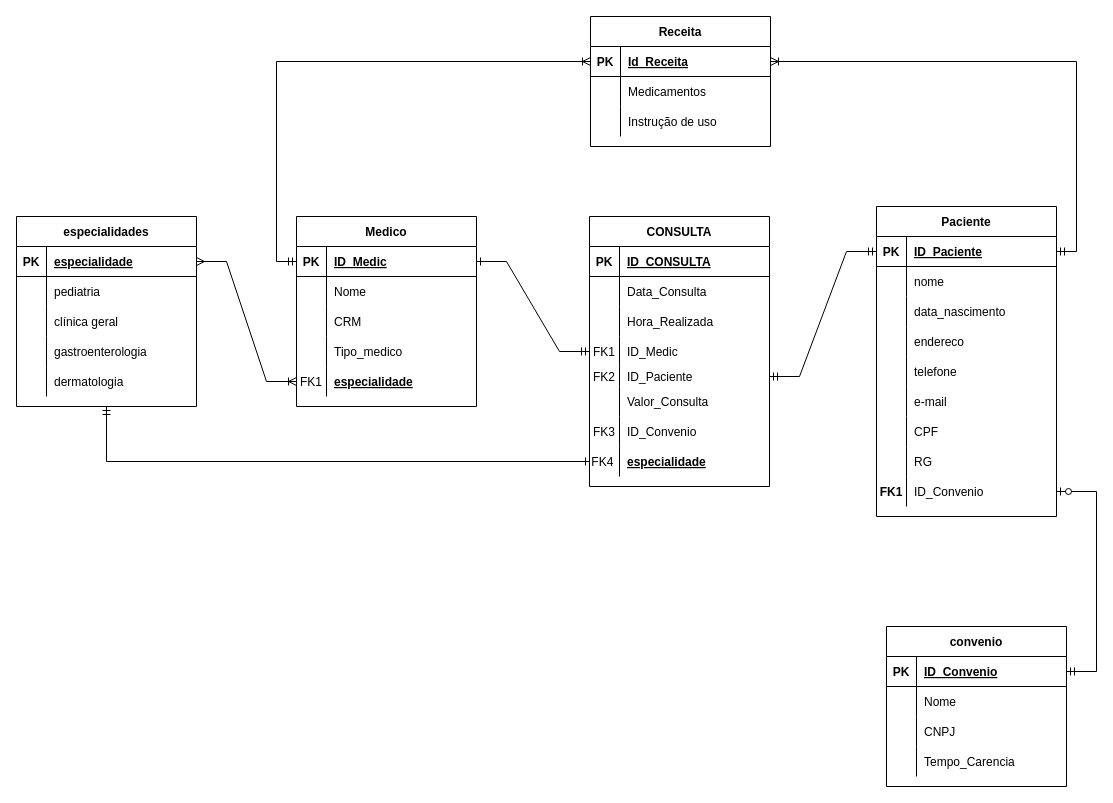
Earlier version of the draw.io diagram hospital diagram/Diagrama sem nome.drawio (MayconSubrim/HospitalDataBase). Source tidied: cells renumbered, new cells numbered last; positions are measured from the earlier drawing's top-left corner, leaving out a move shared by most shapes. Both pictures are drawn from the tidied source at 100%, with x=0, y=0 at pixel (16, 16).
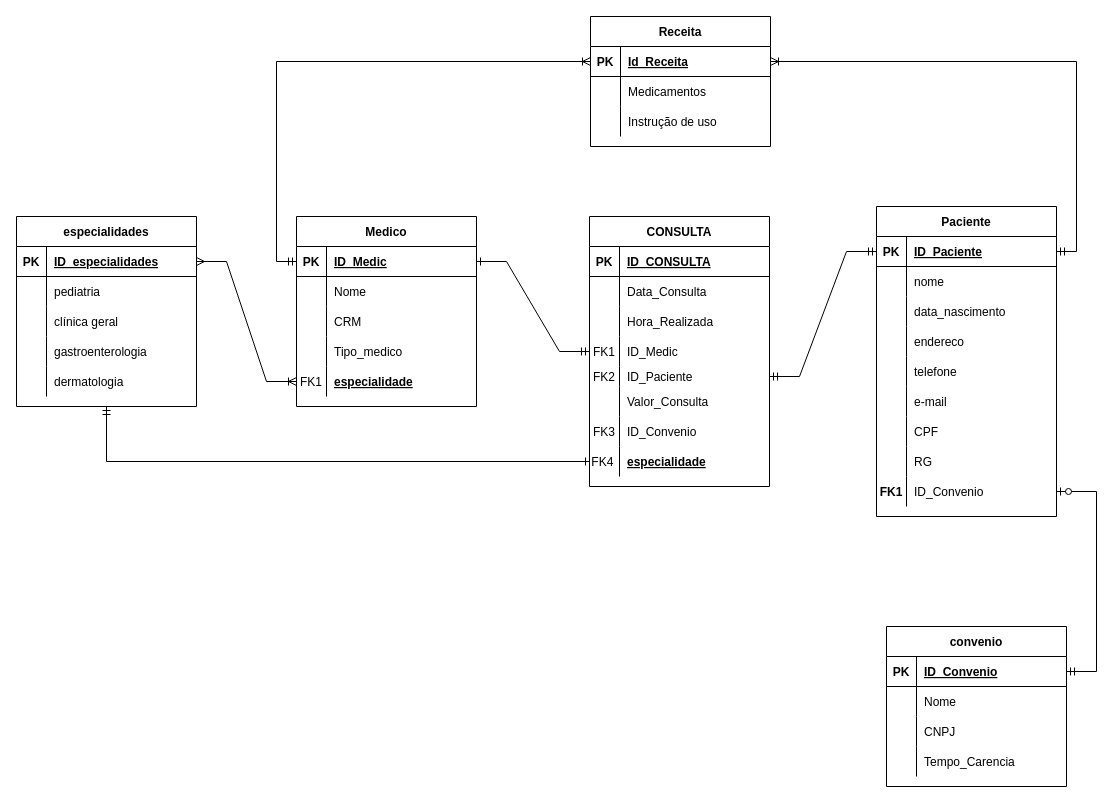
Above is the later version.

Unchanged cells that the change refers to:
```xml
<mxCell id="85" style="shape=tableRow;horizontal=0;startSize=0;swimlaneHead=0;swimlaneBody=0;fillColor=none;points=[[0,0.5],[1,0.5]];portConstraint=eastwest;top=0;left=0;right=0;bottom=1;fontColor=#000000;" parent="84" vertex="1">
  <mxGeometry y="30" width="180" height="30" as="geometry" />
</mxCell>
```

The edit, as a diff of the source:
```diff
@@
-    <mxCell id="87" value="especialidade" style="shape=partialRectangle;fillColor=none;top=0;left=0;bottom=0;right=0;align=left;spacingLeft=6;fontStyle=5;overflow=hidden;fontColor=#000000;" parent="85" vertex="1">
+    <mxCell id="87" value="ID_especialidades" style="shape=partialRectangle;fillColor=none;top=0;left=0;bottom=0;right=0;align=left;spacingLeft=6;fontStyle=5;overflow=hidden;fontColor=#000000;" parent="85" vertex="1">
       <mxGeometry x="30" width="150" height="30" as="geometry" />
     </mxCell>
```
